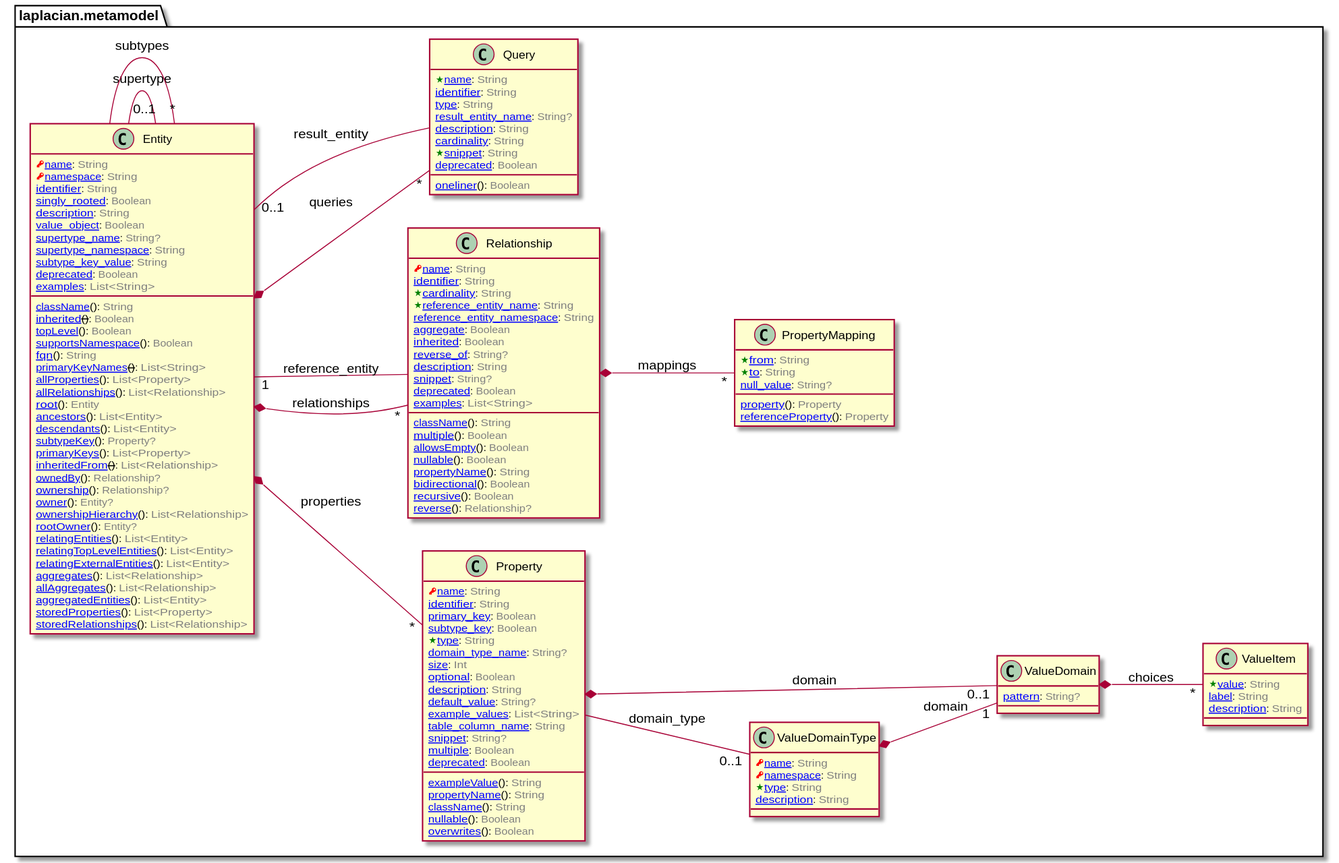
Above: doc/image/model-diagram.svg in laplacian-core/metamodel (PlantUML), before the change.
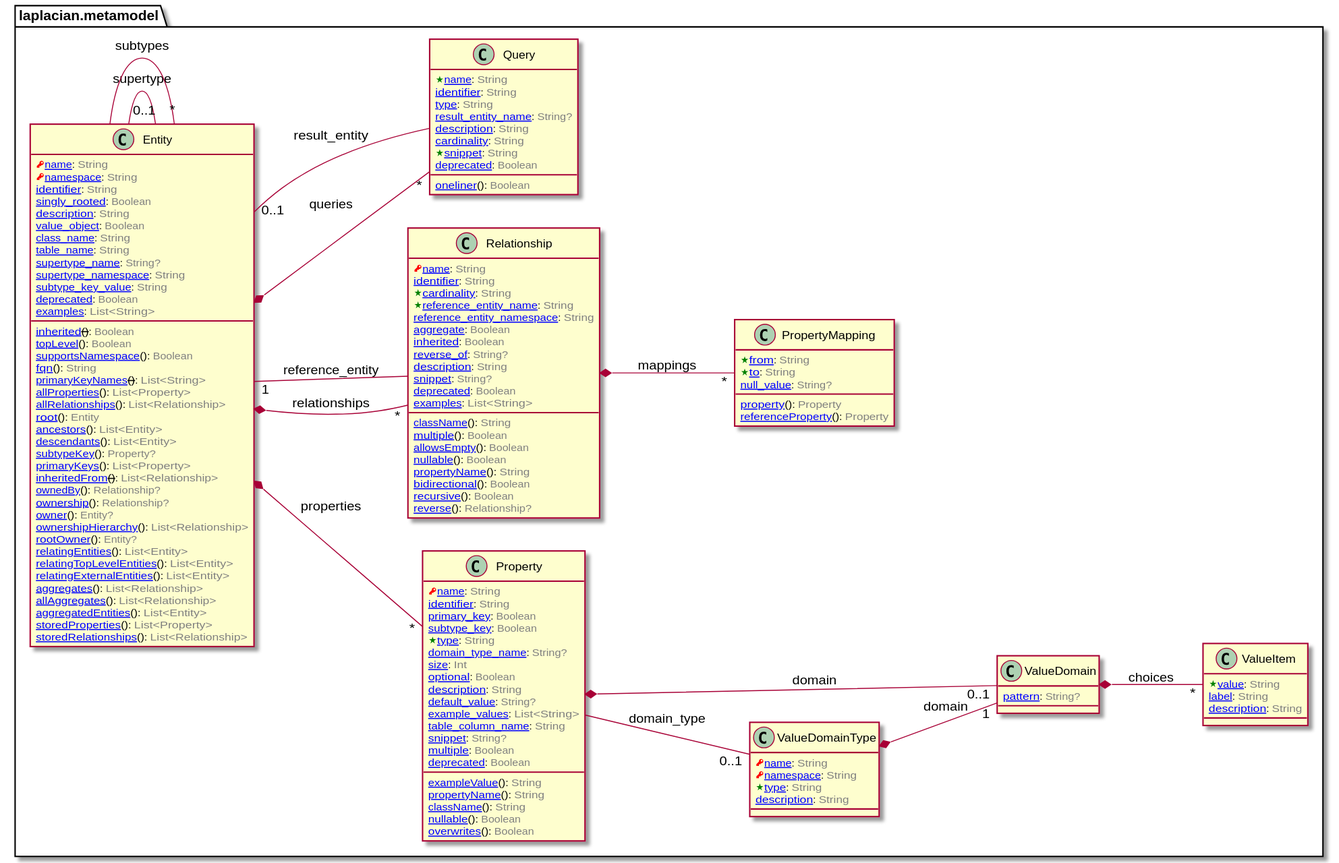
The same diagram one commit later.

Diff of the diagram source:
```diff
@@ -8,7 +8,8 @@
   [[/blob/master/doc/entities/Entity.md#singly_rooted-boolean singly_rooted]]: <color:GRAY>Boolean</color>
   [[/blob/master/doc/entities/Entity.md#description-string description]]: <color:GRAY>String</color>
   [[/blob/master/doc/entities/Entity.md#value_object-boolean value_object]]: <color:GRAY>Boolean</color>
-  [[/blob/master/doc/entities/Entity.md#class_name-string className]](): <color:GRAY>String</color>
+  [[/blob/master/doc/entities/Entity.md#class_name-string class_name]]: <color:GRAY>String</color>
+  [[/blob/master/doc/entities/Entity.md#table_name-string table_name]]: <color:GRAY>String</color>
   [[/blob/master/doc/entities/Entity.md#supertype_name-string supertype_name]]: <color:GRAY>String?</color>
   [[/blob/master/doc/entities/Entity.md#supertype_namespace-string supertype_namespace]]: <color:GRAY>String</color>
   [[/blob/master/doc/entities/Entity.md#subtype_key_value-string subtype_key_value]]: <color:GRAY>String</color>
```
